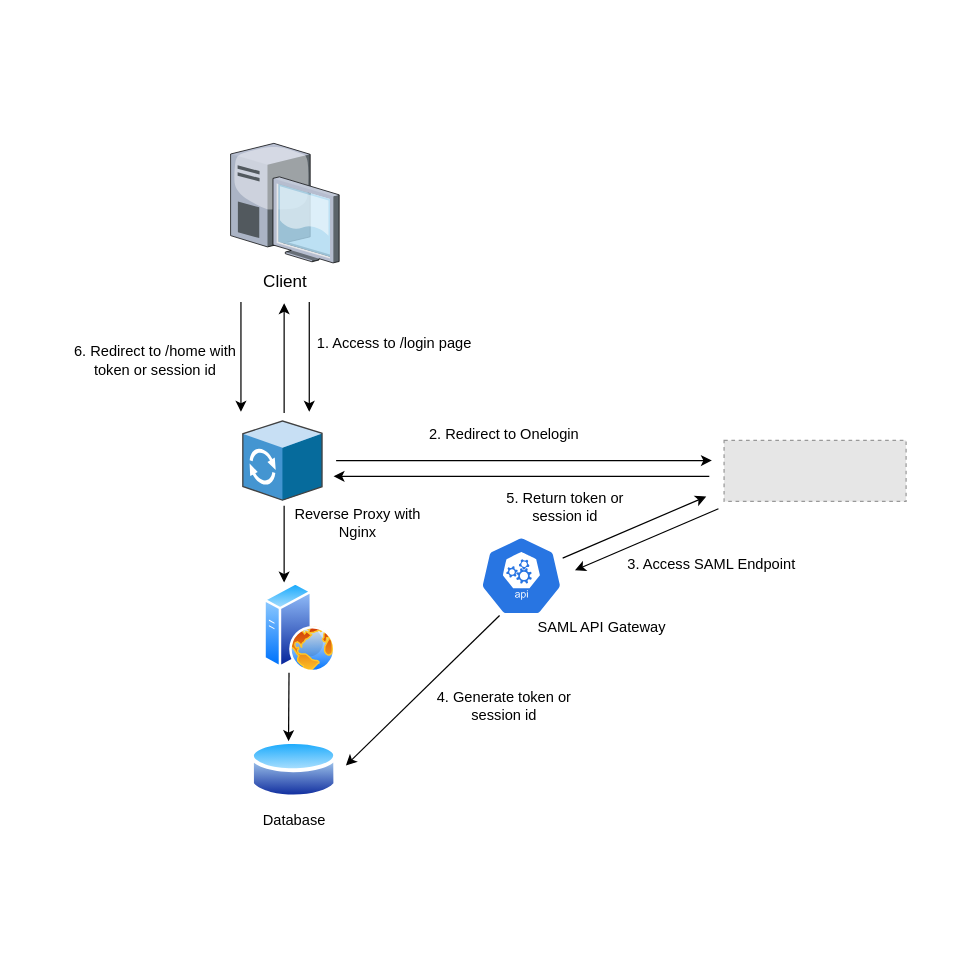
This is onelogin_legacy_app.drawio from awtbet/mock, a draw.io file, before an edit. Source tidied: cells renumbered, new cells numbered last; positions are measured from the earlier drawing's top-left corner, leaving out a move shared by most shapes. Both pictures are drawn from the tidied source at 122%, with x=0, y=0 at pixel (70, 143). Pictures stored in the file or linked from it are replaced by grey dashed boxes.
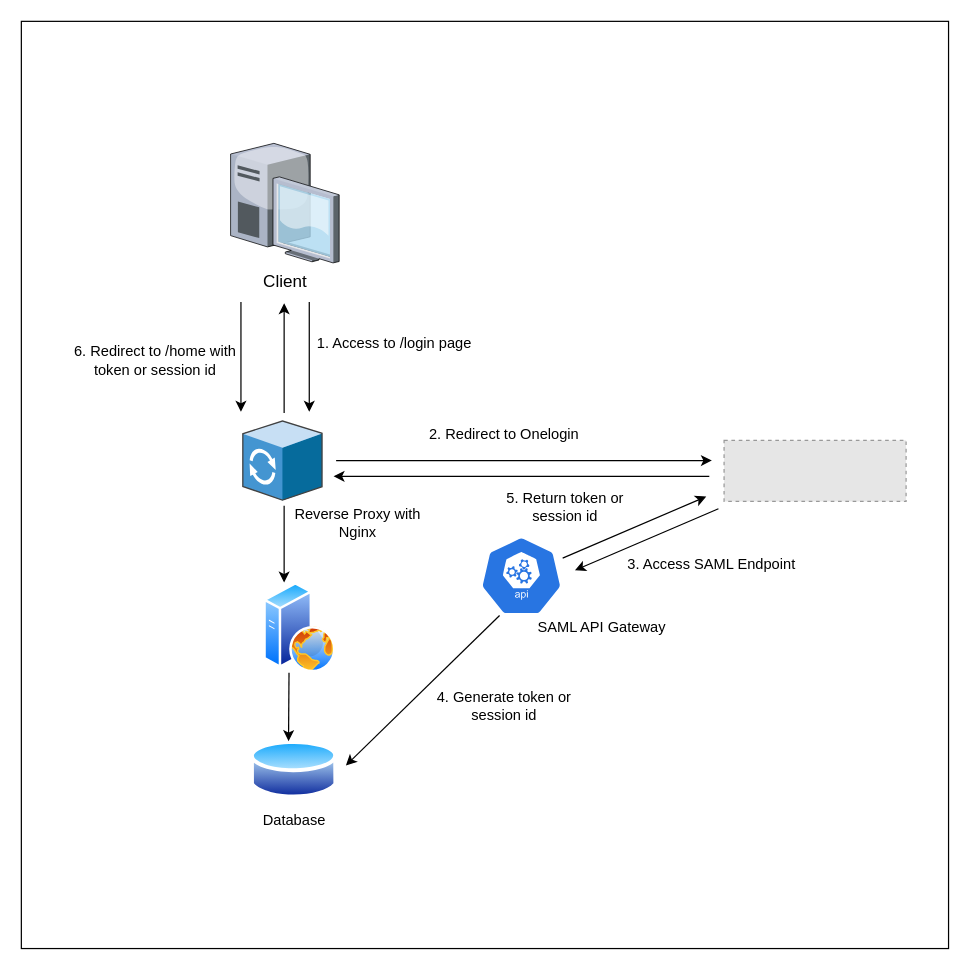
Above is the later version.

Change to the diagram source:
```diff
@@
+    <mxCell id="27" style="whiteSpace=wrap;html=1;fillColor=none;" parent="1" vertex="1">
+      <mxGeometry x="-40" y="-100" width="760" height="760" as="geometry" />
+    </mxCell>
```
